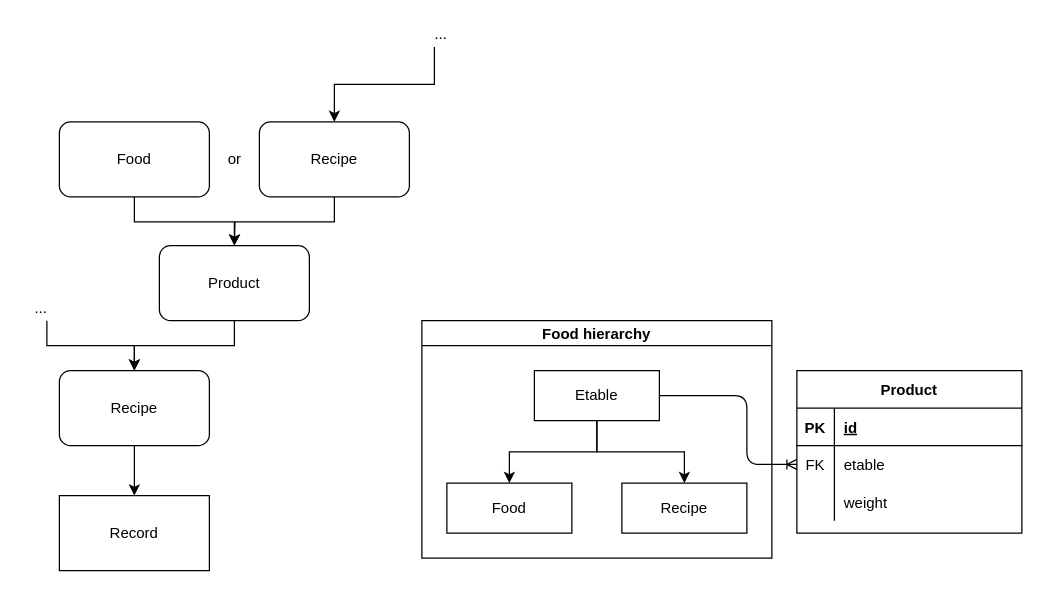
This is datamodel.dio from Egor4ik325/weight-tracker, a draw.io file, before an edit. Source tidied: cells renumbered, new cells numbered last; positions are measured from the earlier drawing's top-left corner, leaving out a move shared by most shapes. Both pictures are drawn from the tidied source at 125%, with x=0, y=0 at pixel (21, 21).
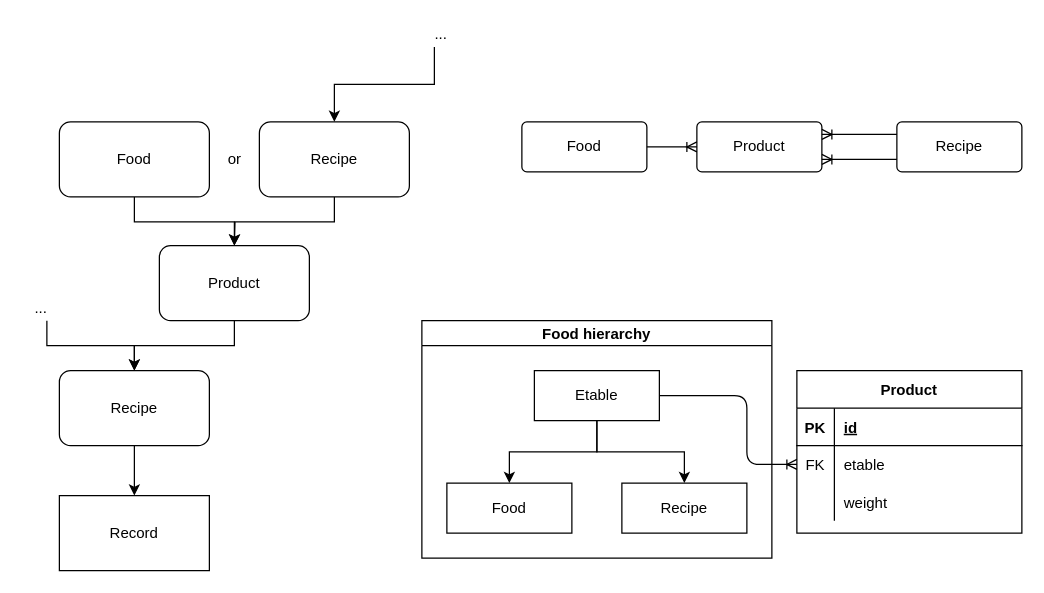
After the change.

Diff of the diagram source:
```diff
@@
+    <mxCell id="33" value="Recipe" style="rounded=1;arcSize=10;whiteSpace=wrap;html=1;align=center;" parent="1" vertex="1">
+      <mxGeometry x="700" y="80" width="100" height="40" as="geometry" />
+    </mxCell>
+    <mxCell id="34" value="Product" style="rounded=1;arcSize=10;whiteSpace=wrap;html=1;align=center;" parent="1" vertex="1">
+      <mxGeometry x="540" y="80" width="100" height="40" as="geometry" />
+    </mxCell>
+    <mxCell id="35" value="Food" style="rounded=1;arcSize=10;whiteSpace=wrap;html=1;align=center;" parent="1" vertex="1">
+      <mxGeometry x="400" y="80" width="100" height="40" as="geometry" />
+    </mxCell>
+    <mxCell id="36" style="edgeStyle=entityRelationEdgeStyle;fontSize=12;html=1;endArrow=ERoneToMany;entryX=1;entryY=0.75;entryDx=0;entryDy=0;exitX=0;exitY=0.75;exitDx=0;exitDy=0;" parent="1" edge="1" source="33" target="34">
+      <mxGeometry relative="1" as="geometry" />
+    </mxCell>
+    <mxCell id="37" style="edgeStyle=entityRelationEdgeStyle;fontSize=12;html=1;endArrow=ERoneToMany;exitX=0;exitY=0.25;exitDx=0;exitDy=0;entryX=1;entryY=0.25;entryDx=0;entryDy=0;" parent="1" edge="1" source="33" target="34">
+      <mxGeometry relative="1" as="geometry" />
+    </mxCell>
+    <mxCell id="38" style="edgeStyle=entityRelationEdgeStyle;fontSize=12;html=1;endArrow=ERoneToMany;entryX=0;entryY=0.5;entryDx=0;entryDy=0;exitX=1;exitY=0.5;exitDx=0;exitDy=0;" parent="1" edge="1" source="35" target="34">
+      <mxGeometry relative="1" as="geometry" />
+    </mxCell>
```
